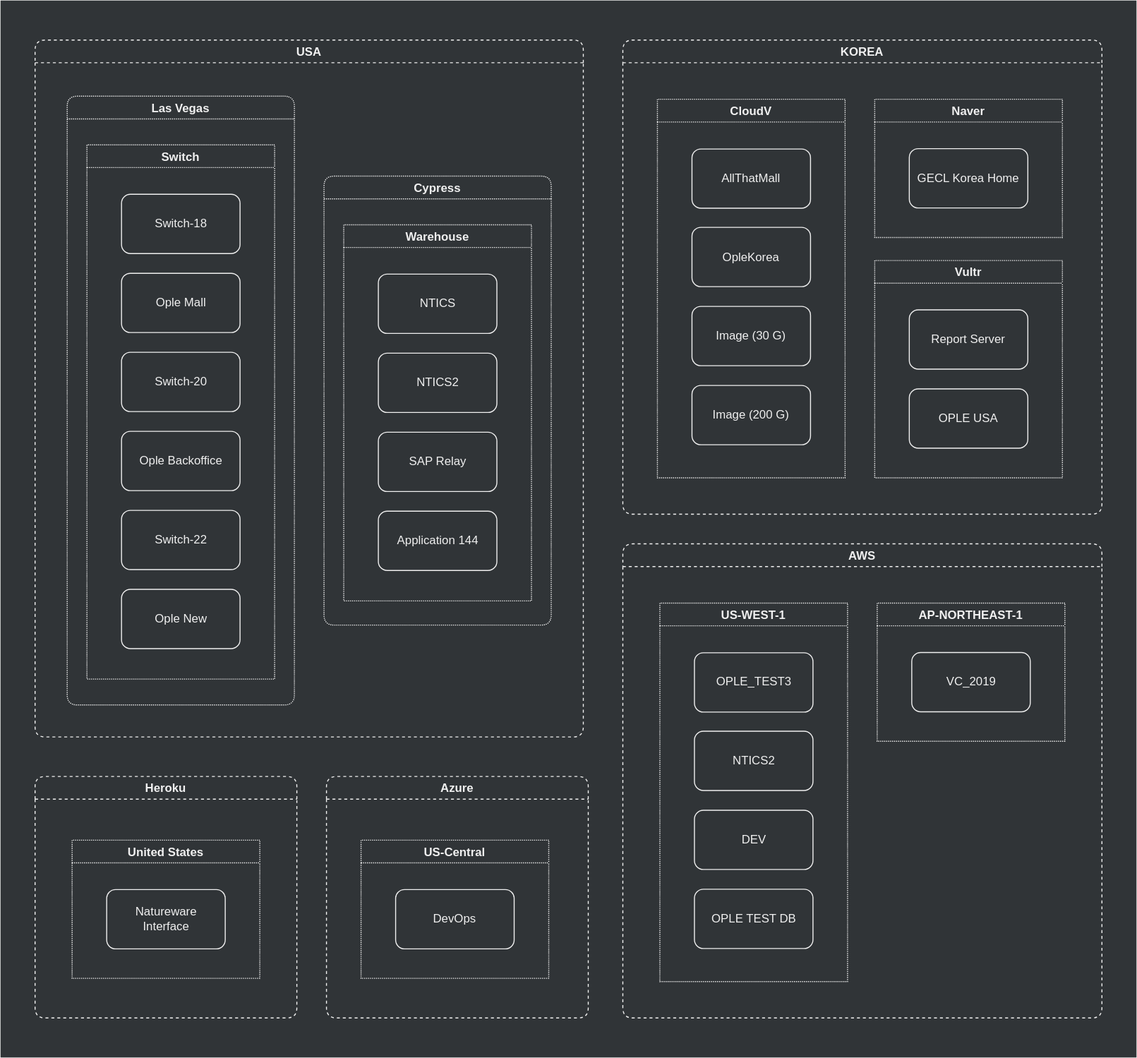
Above: assets/.draw.io/references/network-structure-diagram.svg in jiholee-ntwglobal/jiholee-ntwglobal.github.io (draw.io), before the change. Source tidied: cells renumbered, new cells last; positions are measured from the earlier drawing's top-left corner, leaving out a move shared by most shapes.
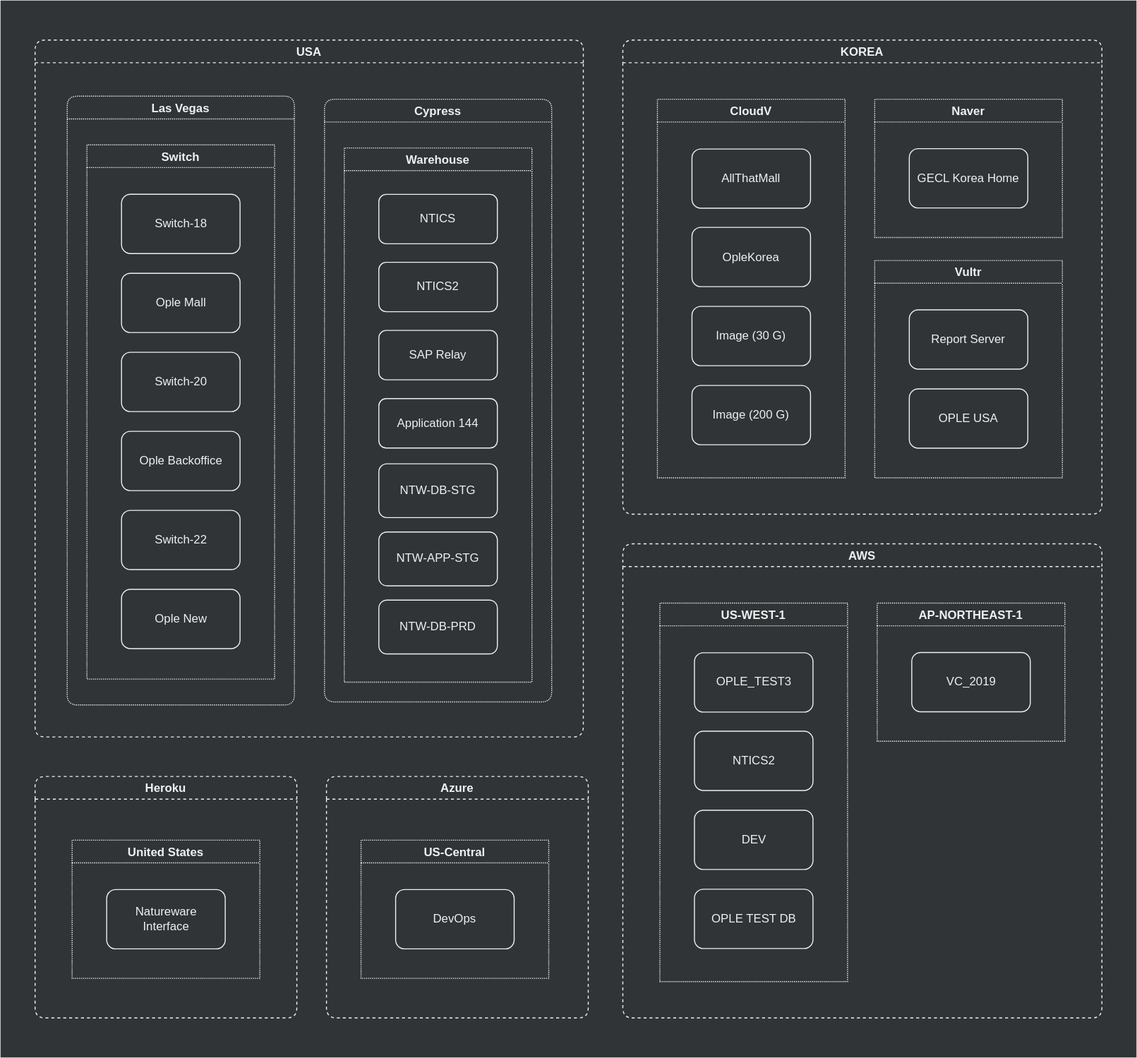
After the commit.

Change to the diagram source:
```diff
@@ -33,22 +33,22 @@
       <mxGeometry x="35" y="450" width="120" height="60" as="geometry" />
     </mxCell>
     <mxCell id="12" value="Cypress" style="swimlane;rounded=1;fillColor=none;strokeColor=#F0F0F0;fontColor=#F0F0F0;dashed=1;dashPattern=1 1;" parent="3" vertex="1">
-      <mxGeometry x="292.5" y="137.8" width="230" height="454.5" as="geometry" />
+      <mxGeometry x="293" y="60" width="230" height="610" as="geometry" />
     </mxCell>
     <mxCell id="13" value="Warehouse" style="swimlane;rounded=0;fillColor=none;strokeColor=#F0F0F0;fontColor=#F0F0F0;dashed=1;dashPattern=1 1;" parent="12" vertex="1">
-      <mxGeometry x="20" y="49.2" width="190" height="380.8" as="geometry" />
+      <mxGeometry x="20" y="49.2" width="190" height="540.8" as="geometry" />
     </mxCell>
     <mxCell id="14" value="NTICS" style="rounded=1;whiteSpace=wrap;html=1;strokeColor=#F0F0F0;fillColor=none;fontColor=#F0F0F0;" parent="13" vertex="1">
-      <mxGeometry x="35" y="50" width="120" height="60" as="geometry" />
+      <mxGeometry x="35" y="47" width="120" height="50" as="geometry" />
     </mxCell>
     <mxCell id="15" value="NTICS2" style="rounded=1;whiteSpace=wrap;html=1;strokeColor=#F0F0F0;fillColor=none;fontColor=#F0F0F0;" parent="13" vertex="1">
-      <mxGeometry x="35" y="130" width="120" height="60" as="geometry" />
+      <mxGeometry x="35" y="115.8" width="120" height="50" as="geometry" />
     </mxCell>
     <mxCell id="16" value="SAP Relay" style="rounded=1;whiteSpace=wrap;html=1;strokeColor=#F0F0F0;fillColor=none;fontColor=#F0F0F0;" parent="13" vertex="1">
-      <mxGeometry x="35" y="210" width="120" height="60" as="geometry" />
+      <mxGeometry x="35" y="184.8" width="120" height="50" as="geometry" />
     </mxCell>
     <mxCell id="17" value="Application 144" style="rounded=1;whiteSpace=wrap;html=1;strokeColor=#F0F0F0;fillColor=none;fontColor=#F0F0F0;" parent="13" vertex="1">
-      <mxGeometry x="35" y="290" width="120" height="60" as="geometry" />
+      <mxGeometry x="35" y="253.8" width="120" height="50" as="geometry" />
     </mxCell>
     <mxCell id="18" value="KOREA" style="swimlane;rounded=1;fillColor=none;strokeColor=#F0F0F0;fontColor=#F0F0F0;dashed=1;" parent="1" vertex="1">
       <mxGeometry x="630" y="40" width="485" height="480" as="geometry" />
@@ -125,5 +125,14 @@
     <mxCell id="42" value="DevOps" style="rounded=1;whiteSpace=wrap;html=1;strokeColor=#F0F0F0;fillColor=none;fontColor=#F0F0F0;" parent="41" vertex="1">
       <mxGeometry x="35" y="50" width="120" height="60" as="geometry" />
     </mxCell>
+    <mxCell id="43" value="NTW-DB-STG" style="rounded=1;whiteSpace=wrap;html=1;strokeColor=#F0F0F0;fillColor=none;fontColor=#F0F0F0;" parent="1" vertex="1">
+      <mxGeometry x="383" y="469" width="120" height="54.5" as="geometry" />
+    </mxCell>
+    <mxCell id="44" value="NTW-APP-STG" style="rounded=1;whiteSpace=wrap;html=1;strokeColor=#F0F0F0;fillColor=none;fontColor=#F0F0F0;" parent="1" vertex="1">
+      <mxGeometry x="383" y="538" width="120" height="54.5" as="geometry" />
+    </mxCell>
+    <mxCell id="45" value="NTW-DB-PRD" style="rounded=1;whiteSpace=wrap;html=1;strokeColor=#F0F0F0;fillColor=none;fontColor=#F0F0F0;" parent="1" vertex="1">
+      <mxGeometry x="383" y="607" width="120" height="54.5" as="geometry" />
+    </mxCell>
   </root>
 </mxGraphModel>
```
